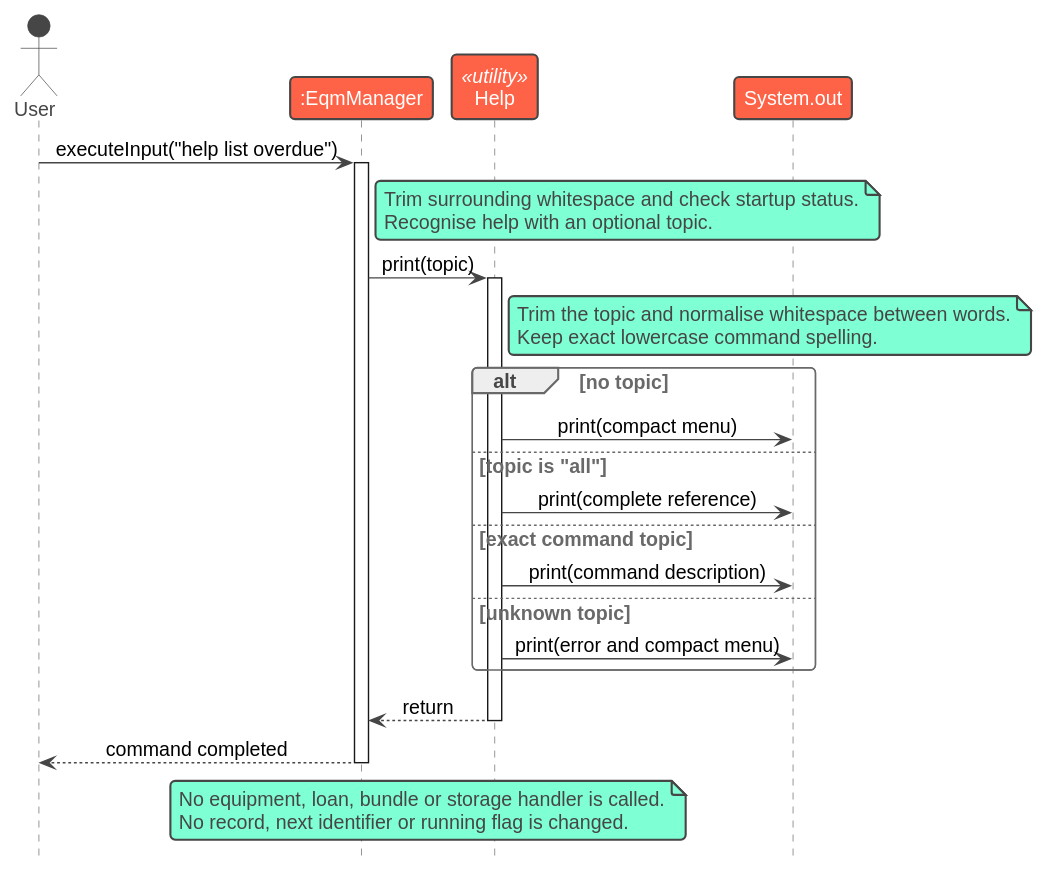
Before: docs/images/HelpSequence.svg, a diagram exported from PlantUML (AY2627S1-CS2113-W13-1/tp).
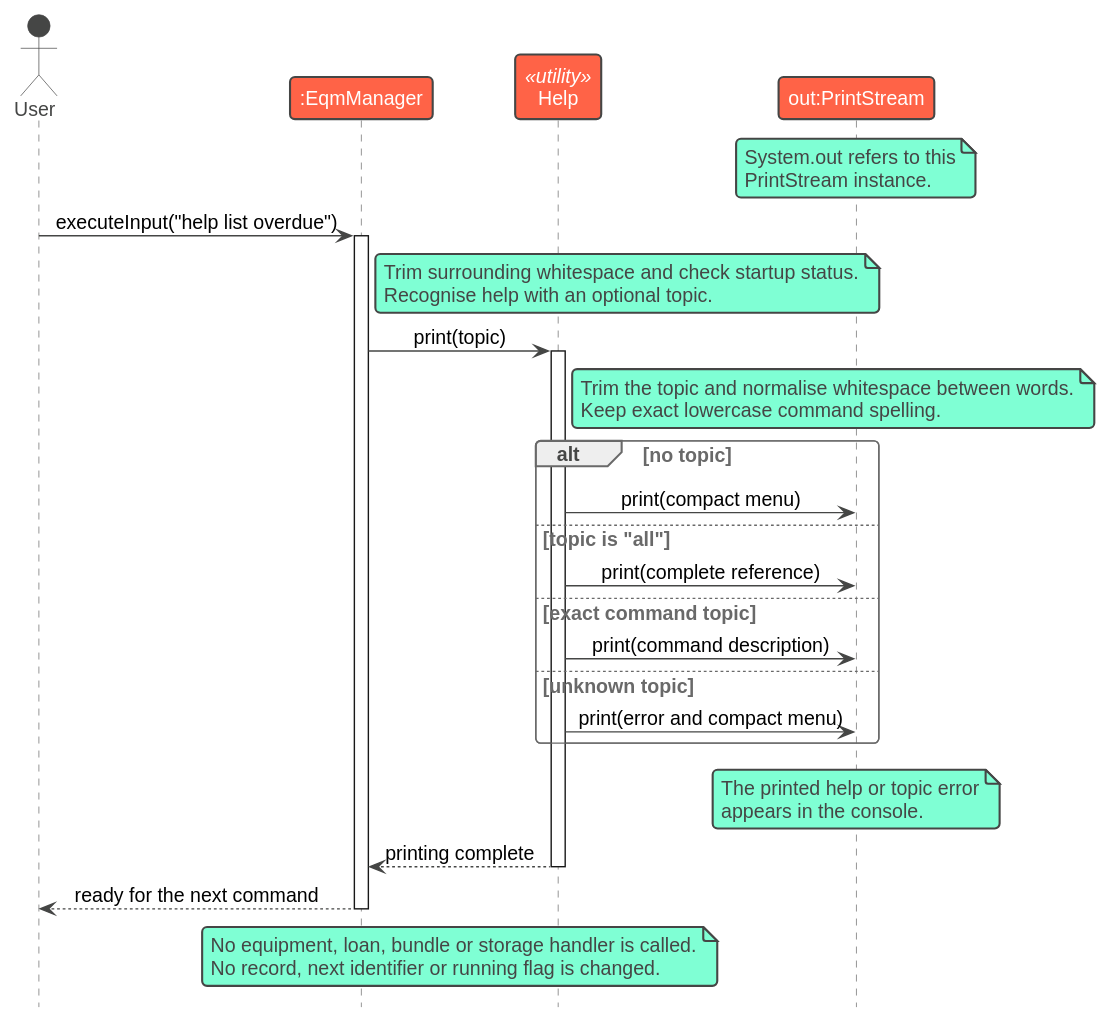
The same diagram one commit later.

The edit, as a diff of the source:
```diff
@@ -7,7 +7,11 @@
 actor User
 participant ":EqmManager" as Manager
 participant "Help" as Help <<utility>>
-participant "System.out" as Output
+participant "out:PrintStream" as Output
+note over Output
+System.out refers to this
+PrintStream instance.
+end note
 
 User -> Manager: executeInput("help list overdue")
 activate Manager
@@ -30,9 +34,13 @@
 else unknown topic
 Help -> Output: print(error and compact menu)
 end
-Help --> Manager: return
+note over Output
+The printed help or topic error
+appears in the console.
+end note
+Help --> Manager: printing complete
 deactivate Help
-Manager --> User: command completed
+Manager --> User: ready for the next command
 deactivate Manager
 note over Manager, Help
 No equipment, loan, bundle or storage handler is called.
```
